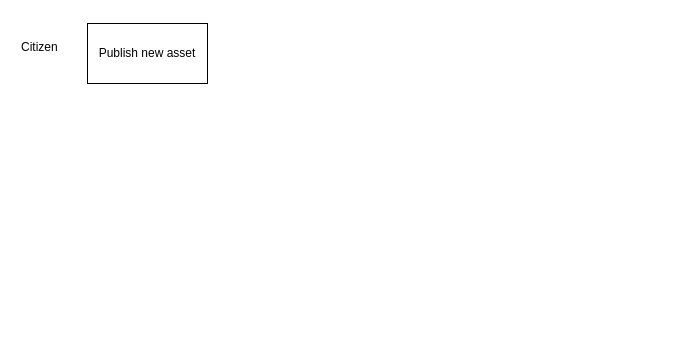
The draw.io diagram Untitled Diagram.drawio in NTT-TNN/draw, before the edit. Source tidied: cells renumbered, new cells numbered last; positions are measured from the earlier drawing's top-left corner, leaving out a move shared by most shapes. Both pictures are drawn from the tidied source at 100%, with x=0, y=0 at pixel (19, 23).
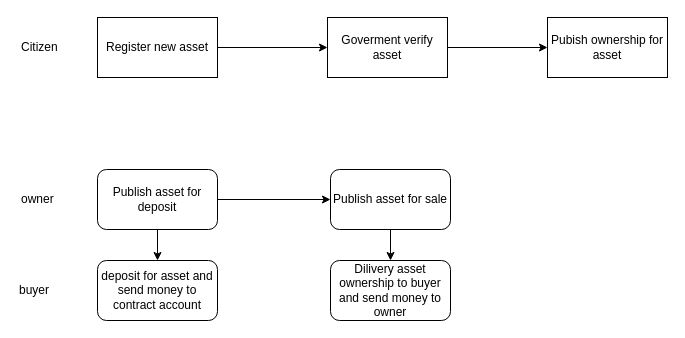
The same page after the edit.

Change to the diagram source:
```diff
@@
 <mxGraphModel>
   <root>
     <mxCell id="0" />
     <mxCell id="1" parent="0" />
+    <mxCell id="4" style="edgeStyle=orthogonalEdgeStyle;rounded=0;jettySize=auto;html=1;exitX=1;exitY=0.5;exitDx=0;exitDy=0;entryX=0;entryY=0.5;entryDx=0;entryDy=0;" parent="1" edge="1" source="2" target="6">
+      <mxGeometry relative="1" as="geometry" />
+    </mxCell>
-    <mxCell id="2" value="Publish new asset&lt;br&gt;" style="rounded=0;whiteSpace=wrap;html=1;" parent="1" vertex="1">
-      <mxGeometry x="68" width="120" height="60" as="geometry" />
+    <mxCell id="2" value="Register new asset&lt;br&gt;" style="rounded=0;whiteSpace=wrap;html=1;" parent="1" vertex="1">
+      <mxGeometry x="78" y="-6" width="120" height="60" as="geometry" />
     </mxCell>
     <mxCell id="3" value="&lt;span&gt;Citizen&lt;/span&gt;" style="text;html=1;align=left;verticalAlign=top;spacingTop=-4;" parent="1" vertex="1">
       <mxGeometry y="14" width="50" height="20" as="geometry" />
     </mxCell>
+    <mxCell id="5" style="edgeStyle=orthogonalEdgeStyle;rounded=0;jettySize=auto;html=1;exitX=1;exitY=0.5;exitDx=0;exitDy=0;entryX=0;entryY=0.5;entryDx=0;entryDy=0;" parent="1" edge="1" source="6" target="7">
+      <mxGeometry relative="1" as="geometry" />
+    </mxCell>
+    <mxCell id="6" value="Goverment verify asset" style="rounded=0;whiteSpace=wrap;html=1;" parent="1" vertex="1">
+      <mxGeometry x="308" y="-6" width="120" height="60" as="geometry" />
+    </mxCell>
+    <mxCell id="7" value="Pubish ownership for asset&lt;br&gt;" style="rounded=0;whiteSpace=wrap;html=1;" parent="1" vertex="1">
+      <mxGeometry x="528" y="-6" width="120" height="60" as="geometry" />
+    </mxCell>
+    <mxCell id="8" value="deposit for asset and send money to contract account" style="rounded=1;whiteSpace=wrap;html=1;" parent="1" vertex="1">
+      <mxGeometry x="78" y="237" width="120" height="60" as="geometry" />
+    </mxCell>
+    <mxCell id="9" value="buyer" style="text;html=1;align=left;verticalAlign=top;spacingTop=-4;" parent="1" vertex="1">
+      <mxGeometry x="-2" y="257" width="50" height="20" as="geometry" />
+    </mxCell>
+    <mxCell id="10" value="owner" style="text;html=1;align=left;verticalAlign=top;spacingTop=-4;" parent="1" vertex="1">
+      <mxGeometry y="166" width="50" height="20" as="geometry" />
+    </mxCell>
+    <mxCell id="11" value="Dilivery asset ownership to buyer and send money to owner" style="rounded=1;whiteSpace=wrap;html=1;" parent="1" vertex="1">
+      <mxGeometry x="311" y="237" width="120" height="60" as="geometry" />
+    </mxCell>
+    <mxCell id="12" style="edgeStyle=orthogonalEdgeStyle;rounded=0;jettySize=auto;html=1;exitX=0.5;exitY=1;exitDx=0;exitDy=0;entryX=0.5;entryY=0;entryDx=0;entryDy=0;" parent="1" edge="1" source="14" target="8">
+      <mxGeometry relative="1" as="geometry" />
+    </mxCell>
+    <mxCell id="13" style="edgeStyle=orthogonalEdgeStyle;rounded=0;jettySize=auto;html=1;entryX=0;entryY=0.5;entryDx=0;entryDy=0;" parent="1" edge="1" source="14" target="16">
+      <mxGeometry relative="1" as="geometry" />
+    </mxCell>
+    <mxCell id="14" value="Publish asset for deposit" style="rounded=1;whiteSpace=wrap;html=1;" parent="1" vertex="1">
+      <mxGeometry x="78" y="146" width="120" height="60" as="geometry" />
+    </mxCell>
+    <mxCell id="15" style="edgeStyle=orthogonalEdgeStyle;rounded=0;jettySize=auto;html=1;exitX=0.5;exitY=1;exitDx=0;exitDy=0;entryX=0.5;entryY=0;entryDx=0;entryDy=0;" parent="1" edge="1" source="16" target="11">
+      <mxGeometry relative="1" as="geometry" />
+    </mxCell>
+    <mxCell id="16" value="Publish asset for sale" style="rounded=1;whiteSpace=wrap;html=1;" parent="1" vertex="1">
+      <mxGeometry x="311" y="146" width="120" height="60" as="geometry" />
+    </mxCell>
   </root>
 </mxGraphModel>
```
